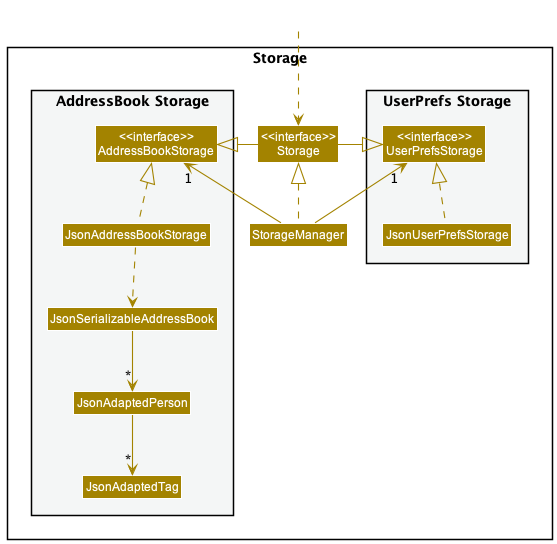
The PlantUML diagram docs/images/StorageClassDiagram.png in nus-cs2103-AY2223S1/tp, before a commit.
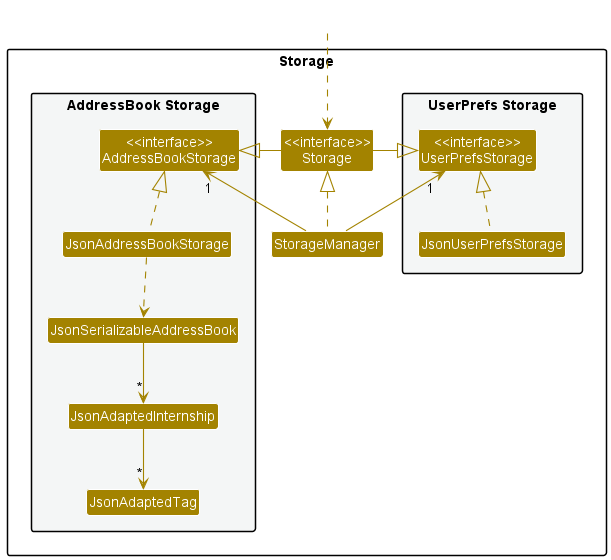
Later version of the same file.

Diff of the diagram source:
```diff
@@ -18,7 +18,7 @@
 Class "<<interface>>\nAddressBookStorage" as AddressBookStorage
 Class JsonAddressBookStorage
 Class JsonSerializableAddressBook
-Class JsonAdaptedPerson
+Class JsonAdaptedInternship
 Class JsonAdaptedTag
 }
 
@@ -37,7 +37,7 @@
 JsonUserPrefsStorage .up.|> UserPrefsStorage
 JsonAddressBookStorage .up.|> AddressBookStorage
 JsonAddressBookStorage ..> JsonSerializableAddressBook
-JsonSerializableAddressBook --> "*" JsonAdaptedPerson
-JsonAdaptedPerson --> "*" JsonAdaptedTag
+JsonSerializableAddressBook --> "*" JsonAdaptedInternship
+JsonAdaptedInternship --> "*" JsonAdaptedTag
 
 @enduml
```
